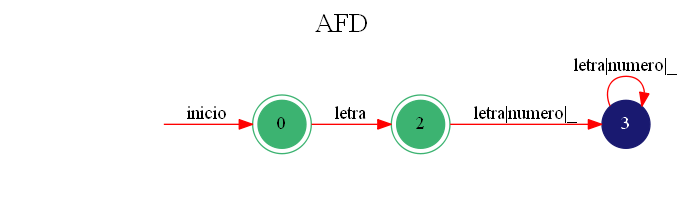
Above: AFD.png in deathstroke021/OLC1_Proyecto1_201503961 (Graphviz), before the change. Its source is kept beside it as AFD.dot. Source of this version:
```dot
digraph automata_finito {
rankdir=LR;
graph [label="AFD", labelloc=t, fontsize=20];
node [shape=doublecircle, style = filled,color = mediumseagreen]; 0;
edge [color=red];
secret_node [style=invis];
secret_node -> 0 [label="inicio"];
node [shape=doublecircle, style = filled,color = mediumseagreen]; 2;
node [shape=circle];
node [color=midnightblue,fontcolor=white]; 3;
0 -> 2 [label="letra"];
2 -> 3 [label="letra|numero|_"];
3 -> 3 [label="letra|numero|_"];
}
```
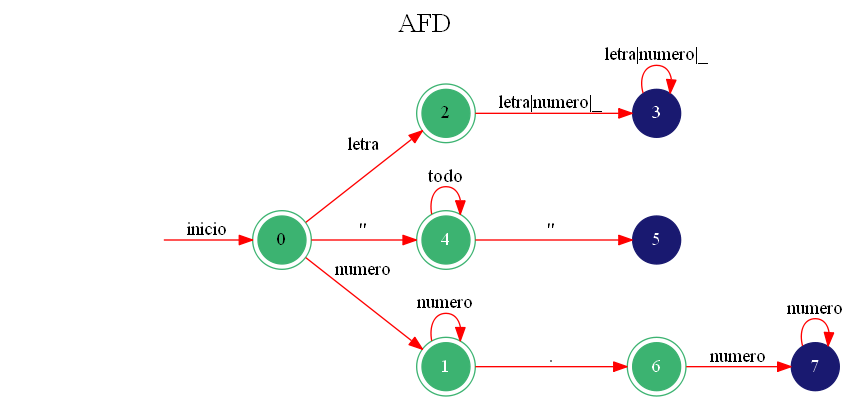
After the commit.

Change to the diagram source:
```diff
@@ -11,4 +11,19 @@
 0 -> 2 [label="letra"];
 2 -> 3 [label="letra|numero|_"];
 3 -> 3 [label="letra|numero|_"];
+node [shape=doublecircle, style = filled,color = mediumseagreen]; 4;
+node [shape=circle];
+node [color=midnightblue,fontcolor=white]; 5;
+0 -> 4 [label="\""];
+4 -> 4 [label="todo"];
+4 -> 5 [label="\""];
+node [shape=doublecircle, style = filled,color = mediumseagreen]; 1;
+node [shape=doublecircle, style = filled,color = mediumseagreen]; 6;
+node [shape=circle];
+node [color=midnightblue,fontcolor=white]; 7;
+0 -> 1 [label="numero"];
+1 -> 1 [label="numero"];
+1 -> 6 [label="."];
+6 -> 7 [label="numero"];
+7 -> 7 [label="numero"];
 }
```
